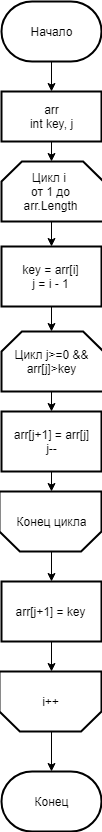
The draw.io diagram lab_3_Sort/Report/src/Insertion.png in Winterpuma/bmstu_AA, before a commit. Source tidied: cells renumbered, new cells last; positions are measured from the earlier drawing's top-left corner, leaving out a move shared by most shapes.
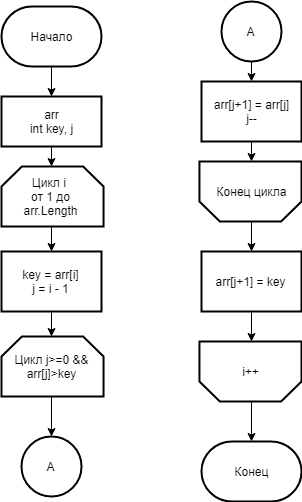
Above is the later version.

Diff of the diagram source:
```diff
@@ -21,23 +21,28 @@
       <mxGeometry y="245" width="100" height="60" as="geometry" />
     </mxCell>
     <mxCell id="8" value="Конец" style="strokeWidth=2;html=1;shape=mxgraph.flowchart.terminator;whiteSpace=wrap;" parent="1" vertex="1">
-      <mxGeometry y="770" width="100" height="60" as="geometry" />
+      <mxGeometry x="200" y="435" width="100" height="60" as="geometry" />
     </mxCell>
     <mxCell id="9" style="edgeStyle=orthogonalEdgeStyle;rounded=0;jettySize=auto;html=1;exitX=0.5;exitY=0;exitDx=0;exitDy=0;exitPerimeter=0;entryX=0.5;entryY=0;entryDx=0;entryDy=0;" parent="1" edge="1" source="10" target="18">
       <mxGeometry relative="1" as="geometry" />
     </mxCell>
     <mxCell id="10" value="Конец цикла" style="strokeWidth=2;html=1;shape=(stored shape, 408 characters);whiteSpace=wrap;rotation=0;direction=west;gradientColor=#ffffff;" parent="1" vertex="1">
-      <mxGeometry y="490" width="100" height="60" as="geometry" />
+      <mxGeometry x="200" y="155" width="100" height="60" as="geometry" />
     </mxCell>
     <mxCell id="11" style="edgeStyle=orthogonalEdgeStyle;rounded=0;jettySize=auto;html=1;exitX=0.5;exitY=0;exitDx=0;exitDy=0;exitPerimeter=0;entryX=0.5;entryY=0;entryDx=0;entryDy=0;entryPerimeter=0;" parent="1" edge="1" source="12" target="8">
       <mxGeometry relative="1" as="geometry" />
     </mxCell>
     <mxCell id="12" value="i++" style="strokeWidth=2;html=1;shape=(stored shape, 408 characters);whiteSpace=wrap;rotation=0;direction=west;gradientColor=#ffffff;" parent="1" vertex="1">
-      <mxGeometry y="670" width="100" height="60" as="geometry" />
+      <mxGeometry x="200" y="335" width="100" height="60" as="geometry" />
     </mxCell>
-    <mxCell id="13" style="edgeStyle=orthogonalEdgeStyle;rounded=0;jettySize=auto;html=1;exitX=0.5;exitY=1;exitDx=0;exitDy=0;exitPerimeter=0;entryX=0.5;entryY=0;entryDx=0;entryDy=0;" parent="1" edge="1" source="14" target="20">
-      <mxGeometry relative="1" as="geometry" />
+    <mxCell id="13" style="edgeStyle=orthogonalEdgeStyle;rounded=0;jettySize=auto;html=1;exitX=0.5;exitY=1;exitDx=0;exitDy=0;exitPerimeter=0;entryX=0.5;entryY=0;entryDx=0;entryDy=0;" parent="1" edge="1" target="20">
+      <mxGeometry relative="1" as="geometry">
+        <mxPoint x="250" y="55" as="sourcePoint" />
+      </mxGeometry>
     </mxCell>
+    <mxCell id="21" style="edgeStyle=orthogonalEdgeStyle;rounded=0;jettySize=auto;html=1;exitX=0.5;exitY=1;exitDx=0;exitDy=0;exitPerimeter=0;entryX=0.5;entryY=0;entryDx=0;entryDy=0;" parent="1" edge="1" source="14" target="22">
+      <mxGeometry relative="1" as="geometry" />
+    </mxCell>
     <mxCell id="14" value="Цикл j&amp;gt;=0 &amp;amp;&amp;amp;&lt;br&gt;arr[j]&amp;gt;key" style="strokeWidth=2;html=1;shape=(stored shape, 408 characters);whiteSpace=wrap;rotation=0;direction=east;gradientColor=#ffffff;" parent="1" vertex="1">
       <mxGeometry y="330" width="100" height="60" as="geometry" />
     </mxCell>
@@ -51,13 +56,19 @@
       <mxGeometry relative="1" as="geometry" />
     </mxCell>
     <mxCell id="18" value="&lt;span style=&quot;white-space: normal&quot;&gt;arr[j+1] = key&lt;/span&gt;" style="rounded=0;whiteSpace=wrap;html=1;strokeWidth=2;gradientColor=#ffffff;" parent="1" vertex="1">
-      <mxGeometry y="580" width="100" height="60" as="geometry" />
+      <mxGeometry x="200" y="245" width="100" height="60" as="geometry" />
     </mxCell>
     <mxCell id="19" style="edgeStyle=orthogonalEdgeStyle;rounded=0;jettySize=auto;html=1;exitX=0.5;exitY=1;exitDx=0;exitDy=0;entryX=0.5;entryY=1;entryDx=0;entryDy=0;entryPerimeter=0;" parent="1" edge="1" source="20" target="10">
       <mxGeometry relative="1" as="geometry" />
     </mxCell>
     <mxCell id="20" value="arr[j+1] = arr[j]&lt;br&gt;j--" style="rounded=0;whiteSpace=wrap;html=1;strokeWidth=2;gradientColor=#ffffff;" parent="1" vertex="1">
-      <mxGeometry y="410" width="100" height="60" as="geometry" />
+      <mxGeometry x="200" y="75" width="100" height="60" as="geometry" />
     </mxCell>
+    <mxCell id="22" value="A" style="ellipse;whiteSpace=wrap;html=1;strokeWidth=2;" parent="1" vertex="1">
+      <mxGeometry x="20" y="430" width="60" height="60" as="geometry" />
+    </mxCell>
+    <mxCell id="23" value="A" style="ellipse;whiteSpace=wrap;html=1;strokeWidth=2;" parent="1" vertex="1">
+      <mxGeometry x="220" y="-5" width="60" height="60" as="geometry" />
+    </mxCell>
   </root>
 </mxGraphModel>
```
